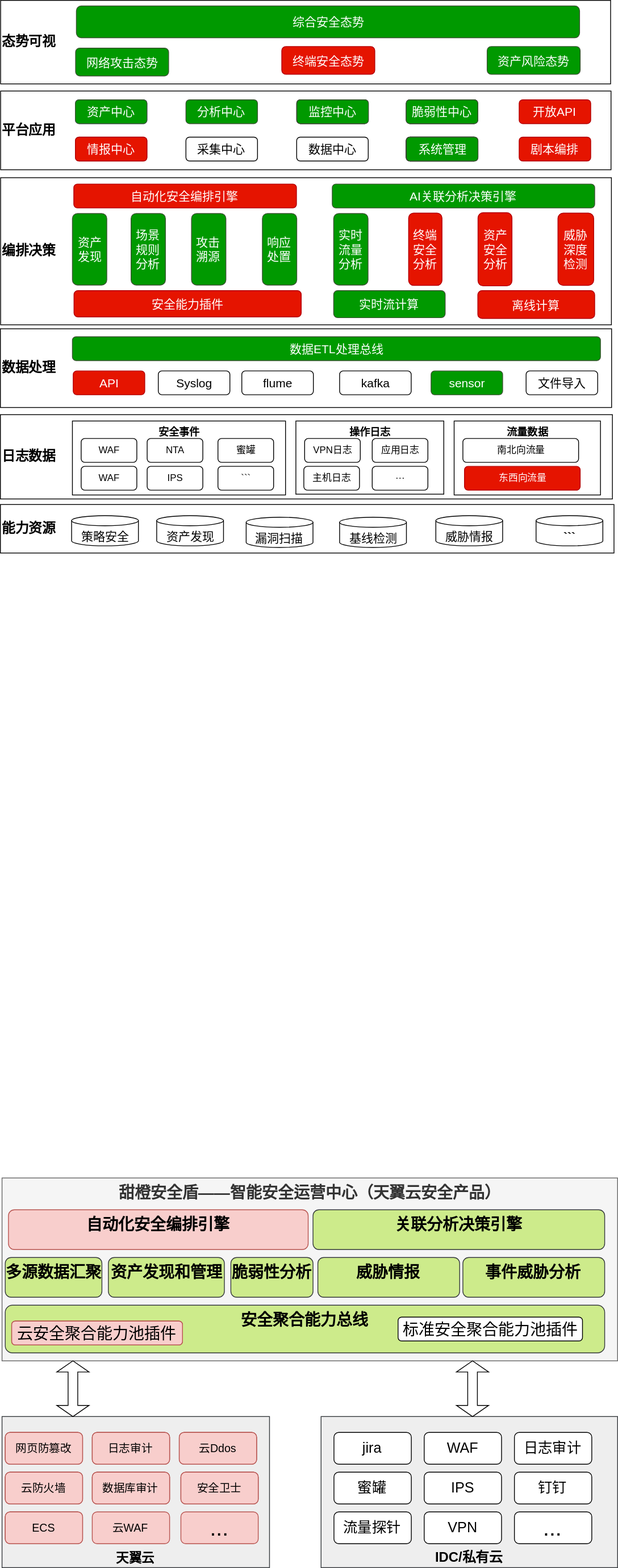
The draw.io diagram 安全大脑二期模块图.svg in liujianqun/draw, before a commit. Source tidied: cells renumbered, new cells last; positions are measured from the earlier drawing's top-left corner, leaving out a move shared by most shapes.
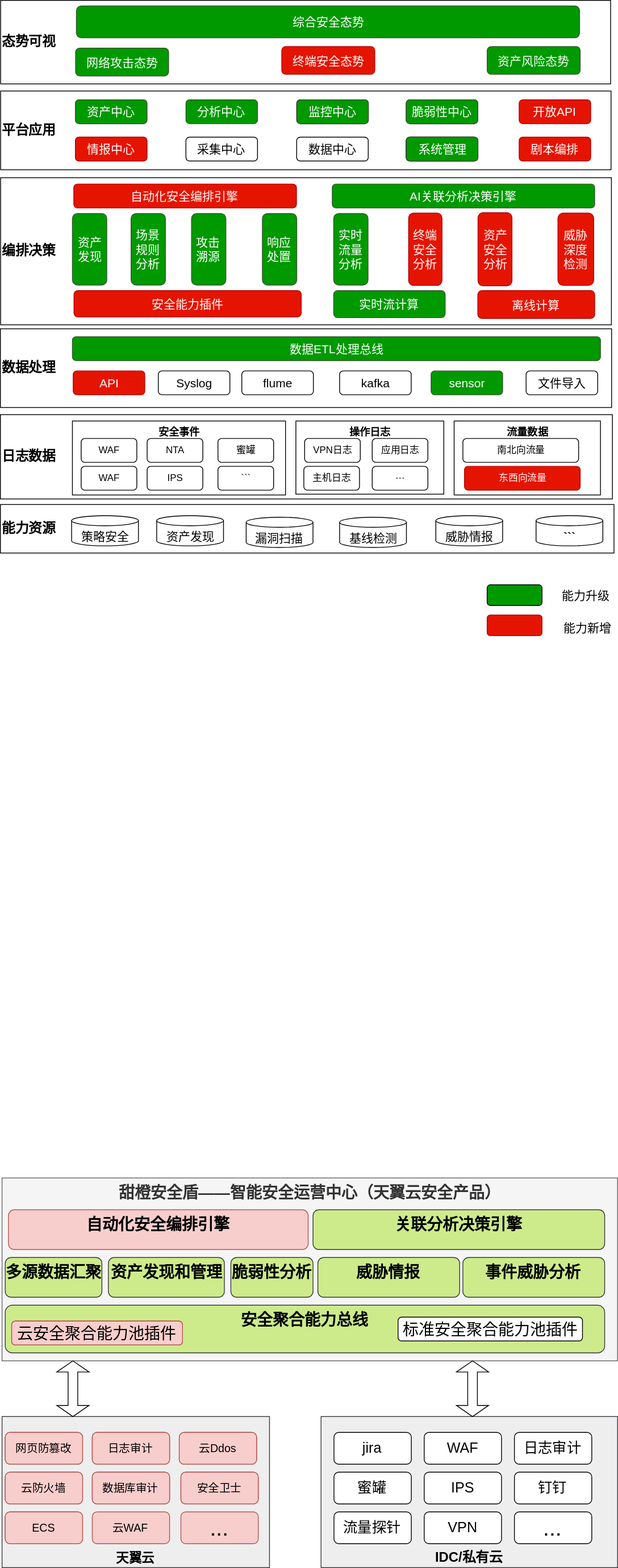
After the commit.

Commit message:
Update 安全大脑二期模块图.svg

What changed in the source:
```diff
@@ -329,5 +329,17 @@
     <mxCell id="110" value="资产中心" style="rounded=1;whiteSpace=wrap;html=1;align=center;fillColor=#009900;strokeColor=#3A5431;fontSize=15;fontColor=#ffffff;fontStyle=0;" parent="1" vertex="1">
       <mxGeometry x="94.2" y="125" width="90" height="30" as="geometry" />
     </mxCell>
+    <mxCell id="111" style="rounded=1;whiteSpace=wrap;html=1;strokeWidth=1;fillColor=#009900;gradientColor=none;fontSize=15;" parent="1" vertex="1">
+      <mxGeometry x="612" y="735" width="69" height="26" as="geometry" />
+    </mxCell>
+    <mxCell id="112" style="rounded=1;whiteSpace=wrap;html=1;fillColor=#e51400;gradientColor=none;fontSize=12;fontColor=#ffffff;strokeColor=#B20000;" parent="1" vertex="1">
+      <mxGeometry x="612" y="773" width="69" height="26" as="geometry" />
+    </mxCell>
+    <mxCell id="113" value="能力升级" style="text;html=1;strokeColor=none;fillColor=none;align=center;verticalAlign=middle;whiteSpace=wrap;rounded=0;fontSize=15;" parent="1" vertex="1">
+      <mxGeometry x="699" y="738" width="74.5" height="20" as="geometry" />
+    </mxCell>
+    <mxCell id="114" value="能力新增" style="text;html=1;strokeColor=none;fillColor=none;align=center;verticalAlign=middle;whiteSpace=wrap;rounded=0;fontSize=15;" parent="1" vertex="1">
+      <mxGeometry x="702.5" y="779" width="71" height="20" as="geometry" />
+    </mxCell>
   </root>
 </mxGraphModel>
```
